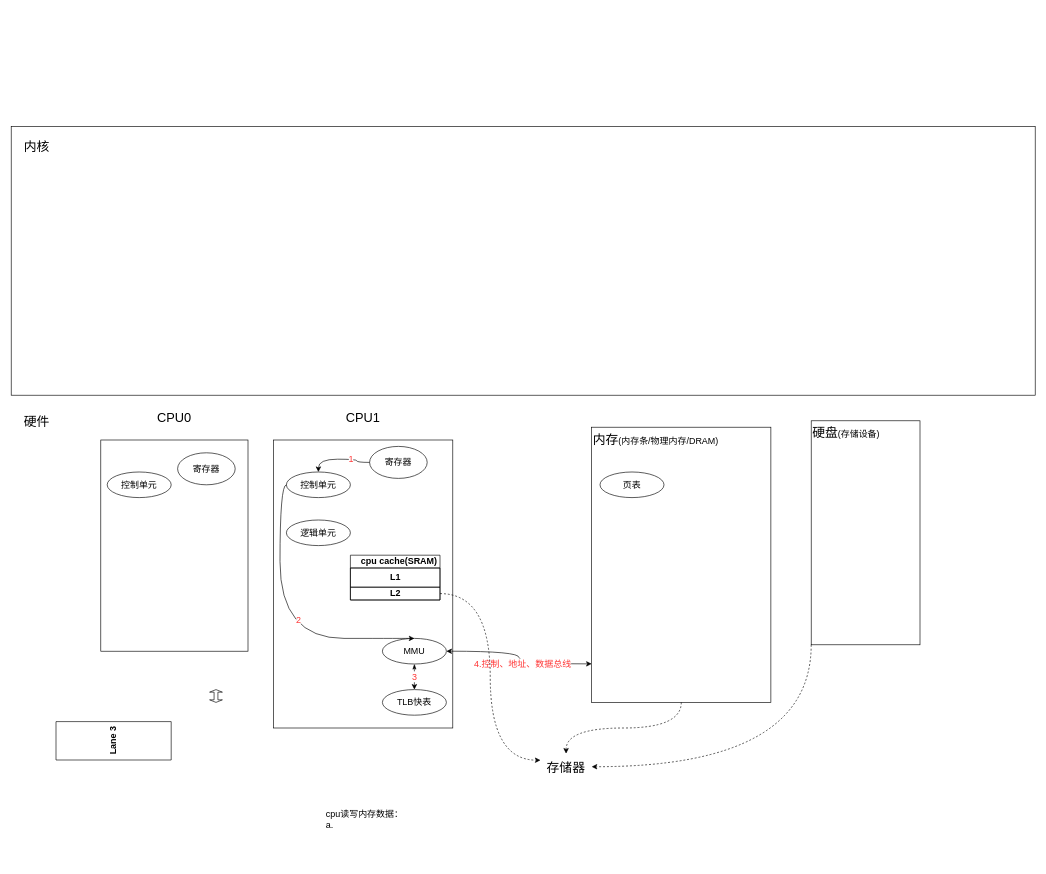
Earlier version of the draw.io diagram gitsikills/Linux操作系统.drawio (x01030/gitRepository). Source tidied: cells renumbered, new cells numbered last; positions are measured from the earlier drawing's top-left corner, leaving out a move shared by most shapes. Both pictures are drawn from the tidied source at 64%, with x=0, y=0 at pixel (11, 126).
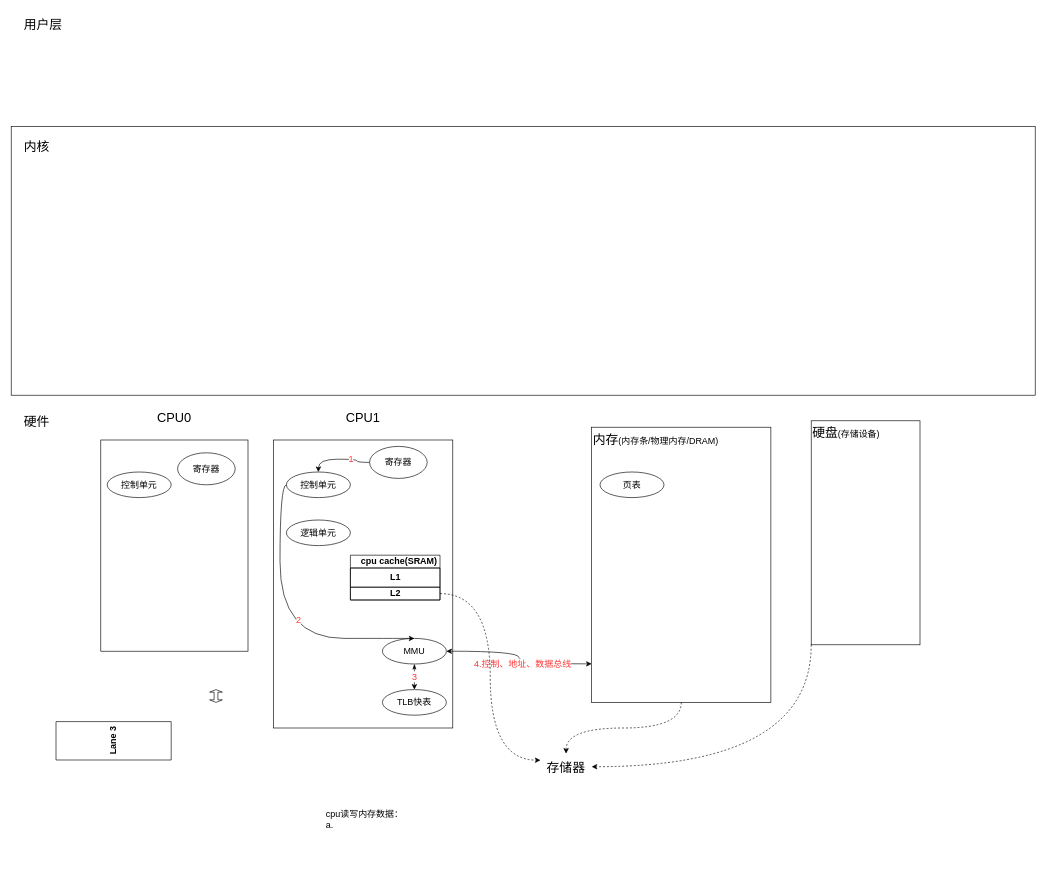
Above is the later version.

Commit message (it also covers changes not shown here):
更新Linux操作系统.drawio

The edit, as a diff of the source:
```diff
@@
+    <mxCell id="35" value="&lt;span style=&quot;font-size: 20px;&quot;&gt;用户层&lt;/span&gt;" style="rounded=0;whiteSpace=wrap;html=1;strokeColor=none;fillColor=none;" parent="1" vertex="1">
+      <mxGeometry x="10" y="-180" width="80" height="41" as="geometry" />
+    </mxCell>
```
